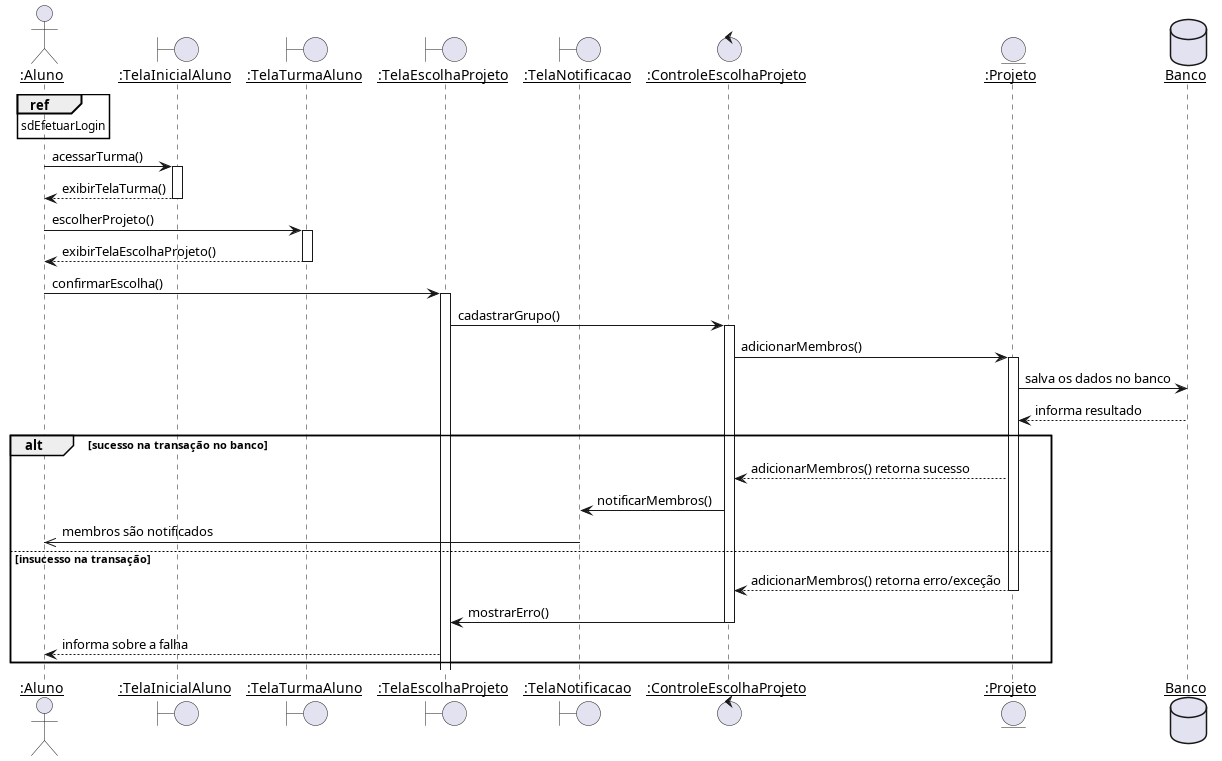
This is diagramas/sequencia/escolher_projeto.png from Pedro-V/projetorium, a PlantUML export, as it was before one commit.
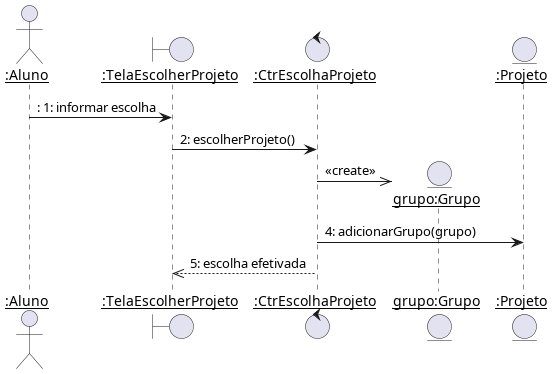
The same diagram one commit later.

What changed in the source:
```diff
@@ -2,32 +2,14 @@
 skinparam sequenceParticipant underline
 
 actor ":Aluno" as Aluno
-boundary ":TelaInicialAluno" as TelaInicialTurma
-boundary ":TelaTurmaAluno" as TelaTurmaAluno
-boundary ":TelaEscolhaProjeto" as TelaEscolhaProjeto
-boundary ":TelaNotificacao" as TelaNotificacao
-control ":ControleEscolhaProjeto" as ControleEscolhaProjeto
+boundary ":TelaEscolherProjeto" as TelaEscolherProjeto
+control ":CtrEscolhaProjeto" as CtrEscolhaProjeto
+entity "grupo:Grupo" as Grupo
 entity ":Projeto" as Projeto
-database Banco
 
-ref over Aluno : sdEfetuarLogin
-
-Aluno -> TelaInicialTurma ++: acessarTurma()
-TelaInicialTurma --> Aluno --: exibirTelaTurma()
-Aluno -> TelaTurmaAluno ++: escolherProjeto()
-TelaTurmaAluno --> Aluno --: exibirTelaEscolhaProjeto()
-Aluno -> TelaEscolhaProjeto ++: confirmarEscolha()
-TelaEscolhaProjeto -> ControleEscolhaProjeto ++: cadastrarGrupo()
-ControleEscolhaProjeto -> Projeto ++: adicionarMembros()
-Projeto -> Banco : salva os dados no banco
-Banco --> Projeto : informa resultado
-alt sucesso na transação no banco
-  Projeto --> ControleEscolhaProjeto : adicionarMembros() retorna sucesso
-  ControleEscolhaProjeto -> TelaNotificacao : notificarMembros()
-  TelaNotificacao ->> Aluno : membros são notificados
-else insucesso na transação
-  Projeto --> ControleEscolhaProjeto --: adicionarMembros() retorna erro/exceção
-  ControleEscolhaProjeto -> TelaEscolhaProjeto --: mostrarErro()
-  TelaEscolhaProjeto --> Aluno : informa sobre a falha
-end
+Aluno -> TelaEscolherProjeto: : 1: informar escolha
+TelaEscolherProjeto -> CtrEscolhaProjeto : 2: escolherProjeto()
+CtrEscolhaProjeto ->> Grupo ** : <<create>>
+CtrEscolhaProjeto -> Projeto : 4: adicionarGrupo(grupo)
+TelaEscolherProjeto <<-- CtrEscolhaProjeto : 5: escolha efetivada
 @enduml
```
